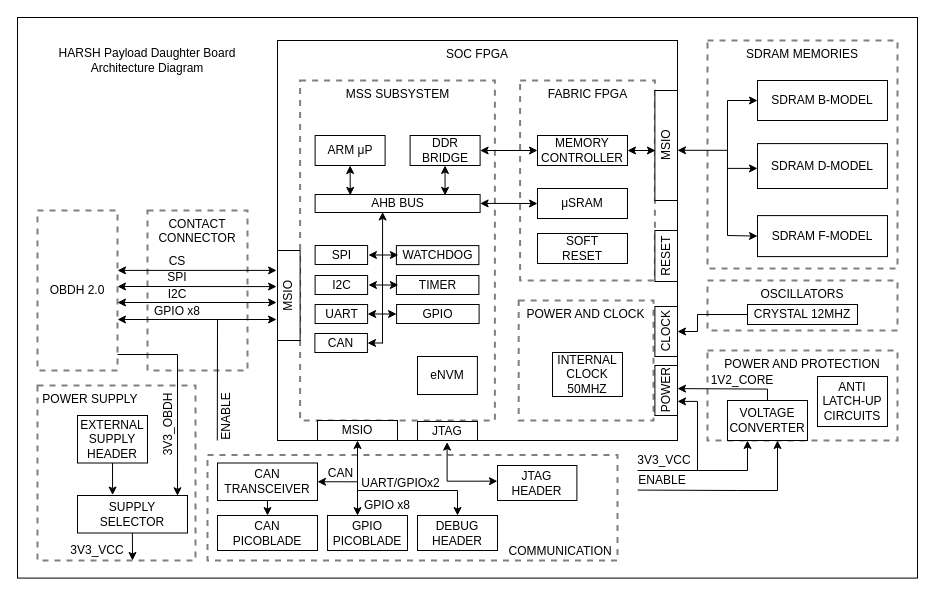
Earlier version of the draw.io diagram hardware/Diagrams/Architecture_HARSH_Payload.drawio (andrempmattos/harsh-payload). Source tidied: cells renumbered, new cells numbered last; positions are measured from the earlier drawing's top-left corner, leaving out a move shared by most shapes. Both pictures are drawn from the tidied source at 100%, with x=0, y=0 at pixel (17, 17).
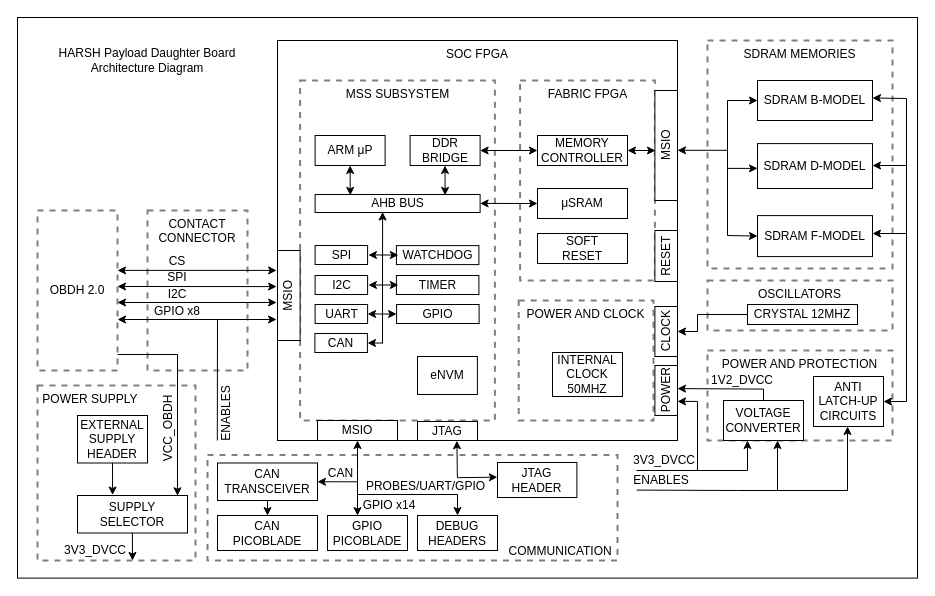
Above is the later version.

Commit message (it also covers changes not shown here):
hardware: schematics: architecture: Adding power diagram

Unchanged cells that the change refers to:
```xml
<mxCell id="7" value="SOC FPGA" style="rounded=0;whiteSpace=wrap;html=1;verticalAlign=top;" parent="1" vertex="1">
  <mxGeometry x="260" y="23" width="400" height="400" as="geometry" />
</mxCell>
```

What changed in the source:
```diff
@@
+    <mxCell id="16" style="rounded=0;whiteSpace=wrap;html=1;fillColor=none;" parent="1" vertex="1">
+      <mxGeometry width="900" height="560.6" as="geometry" />
+    </mxCell>
@@
     <mxCell id="5" value="SDRAM MEMORIES" style="rounded=0;whiteSpace=wrap;html=1;dashed=1;strokeWidth=2;opacity=50;fillColor=none;verticalAlign=top;horizontal=1;" parent="1" vertex="1">
-      <mxGeometry x="690" y="23" width="190" height="228" as="geometry" />
+      <mxGeometry x="690" y="23" width="185" height="228" as="geometry" />
     </mxCell>
     <mxCell id="6" value="POWER AND PROTECTION" style="rounded=0;whiteSpace=wrap;html=1;dashed=1;strokeWidth=2;opacity=50;fillColor=none;verticalAlign=top;horizontal=1;" parent="1" vertex="1">
-      <mxGeometry x="690" y="333" width="190" height="90" as="geometry" />
+      <mxGeometry x="690" y="333" width="185" height="90" as="geometry" />
     </mxCell>
@@
-    <mxCell id="13" value="3V3_OBDH" style="text;html=1;strokeColor=none;fillColor=none;align=center;verticalAlign=middle;whiteSpace=wrap;rounded=0;dashed=1;opacity=50;rotation=-90;" parent="1" vertex="1">
-      <mxGeometry x="123" y="397" width="55" height="20" as="geometry" />
+    <mxCell id="13" value="VCC_OBDH" style="text;html=1;strokeColor=none;fillColor=none;align=center;verticalAlign=middle;whiteSpace=wrap;rounded=0;dashed=1;opacity=50;rotation=-90;" parent="1" vertex="1">
+      <mxGeometry x="123" y="401" width="55" height="20" as="geometry" />
     </mxCell>
@@
     <mxCell id="15" value="&lt;div&gt;SDRAM B-MODEL&lt;/div&gt;" style="rounded=0;whiteSpace=wrap;html=1;" parent="1" vertex="1">
-      <mxGeometry x="740" y="63" width="130" height="40" as="geometry" />
+      <mxGeometry x="740" y="63" width="115" height="40" as="geometry" />
     </mxCell>
-    <mxCell id="16" style="rounded=0;whiteSpace=wrap;html=1;fillColor=none;" parent="1" vertex="1">
-      <mxGeometry width="900" height="560.6" as="geometry" />
-    </mxCell>
@@
     <mxCell id="39" value="&lt;div&gt;SDRAM D-MODEL&lt;br&gt;&lt;/div&gt;" style="rounded=0;whiteSpace=wrap;html=1;" parent="1" vertex="1">
-      <mxGeometry x="740" y="126.1" width="130" height="44.9" as="geometry" />
+      <mxGeometry x="740" y="126.1" width="115" height="44.9" as="geometry" />
     </mxCell>
     <mxCell id="40" value="&lt;div&gt;SDRAM F-MODEL&lt;br&gt;&lt;/div&gt;" style="rounded=0;whiteSpace=wrap;html=1;" parent="1" vertex="1">
-      <mxGeometry x="740" y="198.1" width="130" height="41" as="geometry" />
+      <mxGeometry x="740" y="198.1" width="115" height="41" as="geometry" />
     </mxCell>
@@
     <mxCell id="48" value="VOLTAGE&lt;br&gt;CONVERTER" style="rounded=0;whiteSpace=wrap;html=1;horizontal=1;" parent="1" vertex="1">
-      <mxGeometry x="710" y="383" width="80" height="40" as="geometry" />
+      <mxGeometry x="706" y="383" width="80" height="40" as="geometry" />
     </mxCell>
     <mxCell id="49" value="ANTI&lt;br&gt;LATCH-UP&lt;br&gt;CIRCUITS" style="rounded=0;whiteSpace=wrap;html=1;horizontal=1;" parent="1" vertex="1">
-      <mxGeometry x="800" y="359" width="70" height="50" as="geometry" />
+      <mxGeometry x="796" y="359" width="70" height="50" as="geometry" />
     </mxCell>
     <mxCell id="50" value="OSCILLATORS" style="rounded=0;whiteSpace=wrap;html=1;dashed=1;strokeWidth=2;opacity=50;fillColor=none;verticalAlign=top;horizontal=1;" parent="1" vertex="1">
-      <mxGeometry x="690" y="263" width="190" height="50" as="geometry" />
+      <mxGeometry x="690" y="263" width="185" height="50" as="geometry" />
     </mxCell>
@@
     <mxCell id="63" value="JTAG HEADER" style="rounded=0;whiteSpace=wrap;html=1;horizontal=1;rotation=0;" parent="1" vertex="1">
-      <mxGeometry x="480" y="448" width="79.4" height="35" as="geometry" />
+      <mxGeometry x="480" y="445" width="79.4" height="35" as="geometry" />
     </mxCell>
-    <mxCell id="64" value="&lt;span&gt;DEBUG&lt;/span&gt;&lt;br&gt;&lt;span&gt;HEADER&lt;/span&gt;" style="rounded=0;whiteSpace=wrap;html=1;horizontal=1;" parent="1" vertex="1">
+    <mxCell id="64" value="&lt;span&gt;DEBUG&lt;/span&gt;&lt;br&gt;&lt;span&gt;HEADERS&lt;/span&gt;" style="rounded=0;whiteSpace=wrap;html=1;horizontal=1;" parent="1" vertex="1">
       <mxGeometry x="400" y="498" width="80" height="35" as="geometry" />
     </mxCell>
@@
-    <mxCell id="70" value="3V3_VCC" style="text;html=1;strokeColor=none;fillColor=none;align=center;verticalAlign=middle;whiteSpace=wrap;rounded=0;dashed=1;opacity=50;rotation=0;" parent="1" vertex="1">
+    <mxCell id="70" value="3V3_DVCC" style="text;html=1;strokeColor=none;fillColor=none;align=center;verticalAlign=middle;whiteSpace=wrap;rounded=0;dashed=1;opacity=50;rotation=0;" parent="1" vertex="1">
       <mxGeometry x="617" y="433" width="60" height="20" as="geometry" />
     </mxCell>
-    <mxCell id="71" value="ENABLE" style="text;html=1;strokeColor=none;fillColor=none;align=center;verticalAlign=middle;whiteSpace=wrap;rounded=0;dashed=1;opacity=50;rotation=0;" parent="1" vertex="1">
-      <mxGeometry x="620" y="453" width="50" height="20" as="geometry" />
+    <mxCell id="71" value="ENABLES" style="text;html=1;strokeColor=none;fillColor=none;align=center;verticalAlign=middle;whiteSpace=wrap;rounded=0;dashed=1;opacity=50;rotation=0;" parent="1" vertex="1">
+      <mxGeometry x="619" y="453" width="50" height="20" as="geometry" />
     </mxCell>
@@
-    <mxCell id="73" style="endArrow=none;html=1;" parent="1" edge="1">
+    <mxCell id="73" style="endArrow=none;html=1;entryX=0;entryY=0;entryDx=0;entryDy=0;" parent="1" edge="1" target="71">
       <mxGeometry relative="1" as="geometry">
         <mxPoint x="730" y="453" as="sourcePoint" />
-        <mxPoint x="620" y="453" as="targetPoint" />
       </mxGeometry>
     </mxCell>
-    <mxCell id="74" value="1V2_CORE" style="text;html=1;strokeColor=none;fillColor=none;align=center;verticalAlign=middle;whiteSpace=wrap;rounded=0;dashed=1;opacity=50;rotation=0;" parent="1" vertex="1">
+    <mxCell id="74" value="1V2_DVCC" style="text;html=1;strokeColor=none;fillColor=none;align=center;verticalAlign=middle;whiteSpace=wrap;rounded=0;dashed=1;opacity=50;rotation=0;" parent="1" vertex="1">
       <mxGeometry x="690" y="353" width="70" height="20" as="geometry" />
     </mxCell>
@@
-    <mxCell id="80" value="ENABLE" style="text;html=1;strokeColor=none;fillColor=none;align=center;verticalAlign=middle;whiteSpace=wrap;rounded=0;dashed=1;opacity=50;rotation=-90;horizontal=1;" parent="1" vertex="1">
-      <mxGeometry x="184" y="389" width="50" height="20" as="geometry" />
+    <mxCell id="80" value="ENABLES" style="text;html=1;strokeColor=none;fillColor=none;align=center;verticalAlign=middle;whiteSpace=wrap;rounded=0;dashed=1;opacity=50;rotation=-90;horizontal=1;" parent="1" vertex="1">
+      <mxGeometry x="184" y="386" width="50" height="20" as="geometry" />
     </mxCell>
-    <mxCell id="81" style="endArrow=classic;startArrow=classic;html=1;entryX=0.424;entryY=1.004;entryDx=0;entryDy=0;exitX=-0.001;exitY=0.448;exitDx=0;exitDy=0;edgeStyle=orthogonalEdgeStyle;rounded=0;exitPerimeter=0;entryPerimeter=0;" parent="1" edge="1" source="63" target="7">
-      <mxGeometry relative="1" as="geometry" />
+    <mxCell id="81" style="endArrow=classic;startArrow=classic;html=1;entryX=0.656;entryY=1.062;entryDx=0;entryDy=0;exitX=-0.001;exitY=0.448;exitDx=0;exitDy=0;edgeStyle=orthogonalEdgeStyle;rounded=0;exitPerimeter=0;entryPerimeter=0;" parent="1" edge="1">
+      <mxGeometry relative="1" as="geometry">
+        <mxPoint x="479.9" y="459.7" as="sourcePoint" />
+        <mxPoint x="439.4" y="423.2" as="targetPoint" />
+      </mxGeometry>
     </mxCell>
@@
     <mxCell id="84" style="endArrow=classic;html=1;entryX=0.5;entryY=0;entryDx=0;entryDy=0;edgeStyle=orthogonalEdgeStyle;rounded=0;" parent="1" edge="1" target="64">
       <mxGeometry relative="1" as="geometry">
-        <mxPoint x="340" y="463" as="sourcePoint" />
+        <mxPoint x="340" y="460" as="sourcePoint" />
         <Array as="points">
-          <mxPoint x="340" y="473" />
-          <mxPoint x="440" y="473" />
+          <mxPoint x="340" y="477" />
+          <mxPoint x="440" y="477" />
         </Array>
       </mxGeometry>
     </mxCell>
@@
-    <mxCell id="87" value="GPIO x8" style="text;html=1;strokeColor=none;fillColor=none;align=center;verticalAlign=middle;whiteSpace=wrap;rounded=0;dashed=1;opacity=50;rotation=0;" parent="1" vertex="1">
-      <mxGeometry x="340" y="478" width="60" height="20" as="geometry" />
+    <mxCell id="87" value="GPIO x14" style="text;html=1;strokeColor=none;fillColor=none;align=center;verticalAlign=middle;whiteSpace=wrap;rounded=0;dashed=1;opacity=50;rotation=0;" parent="1" vertex="1">
+      <mxGeometry x="342" y="478" width="60" height="20" as="geometry" />
     </mxCell>
@@
-    <mxCell id="89" value="UART/GPIOx2" style="text;html=1;strokeColor=none;fillColor=none;align=center;verticalAlign=middle;whiteSpace=wrap;rounded=0;dashed=1;opacity=50;rotation=0;" parent="1" vertex="1">
-      <mxGeometry x="342.6" y="455.5" width="81.1" height="20" as="geometry" />
+    <mxCell id="89" value="PROBES/UART/GPIO" style="text;html=1;strokeColor=none;fillColor=none;align=center;verticalAlign=middle;whiteSpace=wrap;rounded=0;dashed=1;opacity=50;rotation=0;" parent="1" vertex="1">
+      <mxGeometry x="367.6" y="458.5" width="81.1" height="20" as="geometry" />
     </mxCell>
@@
-    <mxCell id="96" value="3V3_VCC" style="text;html=1;strokeColor=none;fillColor=none;align=center;verticalAlign=middle;whiteSpace=wrap;rounded=0;dashed=1;opacity=50;rotation=0;" parent="1" vertex="1">
-      <mxGeometry x="50" y="523" width="60" height="20" as="geometry" />
+    <mxCell id="96" value="3V3_DVCC" style="text;html=1;strokeColor=none;fillColor=none;align=center;verticalAlign=middle;whiteSpace=wrap;rounded=0;dashed=1;opacity=50;rotation=0;" parent="1" vertex="1">
+      <mxGeometry x="48" y="523" width="60" height="20" as="geometry" />
     </mxCell>
@@
+    <mxCell id="98" style="endArrow=none;html=1;" parent="1" edge="1">
+      <mxGeometry relative="1" as="geometry">
+        <mxPoint x="889" y="81" as="sourcePoint" />
+        <mxPoint x="889" y="216" as="targetPoint" />
+      </mxGeometry>
+    </mxCell>
+    <mxCell id="99" style="endArrow=classic;html=1;entryX=1;entryY=0.5;entryDx=0;entryDy=0;edgeStyle=orthogonalEdgeStyle;rounded=0;startArrow=none;startFill=0;endFill=1;" parent="1" edge="1" target="49">
+      <mxGeometry relative="1" as="geometry">
+        <mxPoint x="889" y="216" as="sourcePoint" />
+        <Array as="points">
+          <mxPoint x="889" y="384" />
+        </Array>
+      </mxGeometry>
+    </mxCell>
+    <mxCell id="100" style="group;" parent="1" vertex="1">
+      <mxGeometry x="855" y="80.5" width="34" height="135.5" as="geometry" />
+    </mxCell>
+    <mxCell id="101" style="endArrow=none;startArrow=classic;html=1;exitX=0;exitY=0.5;exitDx=0;exitDy=0;endFill=0;" parent="100" edge="1">
+      <mxGeometry relative="1" as="geometry">
+        <mxPoint y="135.5" as="sourcePoint" />
+        <mxPoint x="34" y="135.5" as="targetPoint" />
+      </mxGeometry>
+    </mxCell>
+    <mxCell id="102" style="endArrow=none;startArrow=classic;html=1;exitX=0;exitY=0.5;exitDx=0;exitDy=0;endFill=0;" parent="100" edge="1">
+      <mxGeometry relative="1" as="geometry">
+        <mxPoint y="67.5" as="sourcePoint" />
+        <mxPoint x="34" y="67.5" as="targetPoint" />
+      </mxGeometry>
+    </mxCell>
+    <mxCell id="103" style="endArrow=none;startArrow=classic;html=1;endFill=0;" parent="100" edge="1">
+      <mxGeometry relative="1" as="geometry">
+        <mxPoint as="sourcePoint" />
+        <mxPoint x="34" y="0.5" as="targetPoint" />
+      </mxGeometry>
+    </mxCell>
+    <mxCell id="104" style="endArrow=none;startArrow=classic;html=1;endFill=0;edgeStyle=orthogonalEdgeStyle;rounded=0;" parent="1" edge="1" source="49">
+      <mxGeometry relative="1" as="geometry">
+        <mxPoint x="755" y="473" as="targetPoint" />
+        <Array as="points">
+          <mxPoint x="830" y="473" />
+        </Array>
+      </mxGeometry>
+    </mxCell>
```
